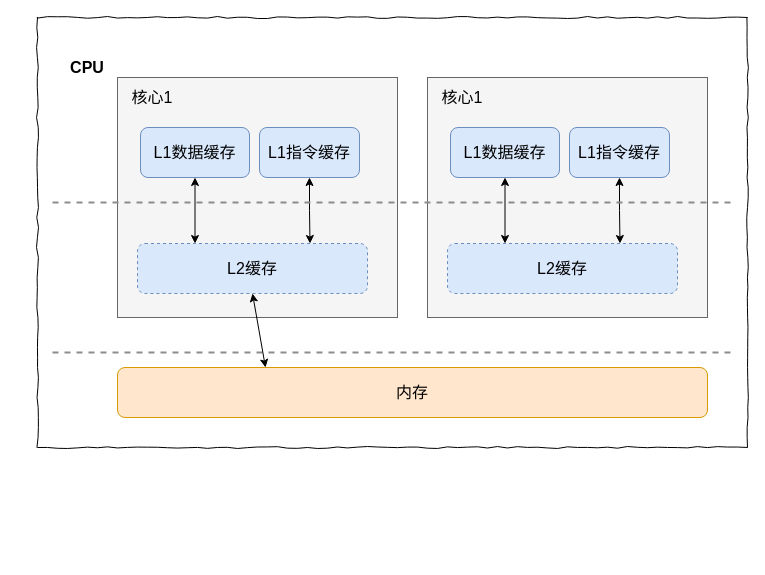
This is Untitled Diagram.drawio from ichengzi/ichengzi.github.io, a draw.io file, before an edit. Source tidied: cells renumbered, new cells numbered last; positions are measured from the earlier drawing's top-left corner, leaving out a move shared by most shapes. Both pictures are drawn from the tidied source at 100%, with x=0, y=0 at pixel (37, 17).
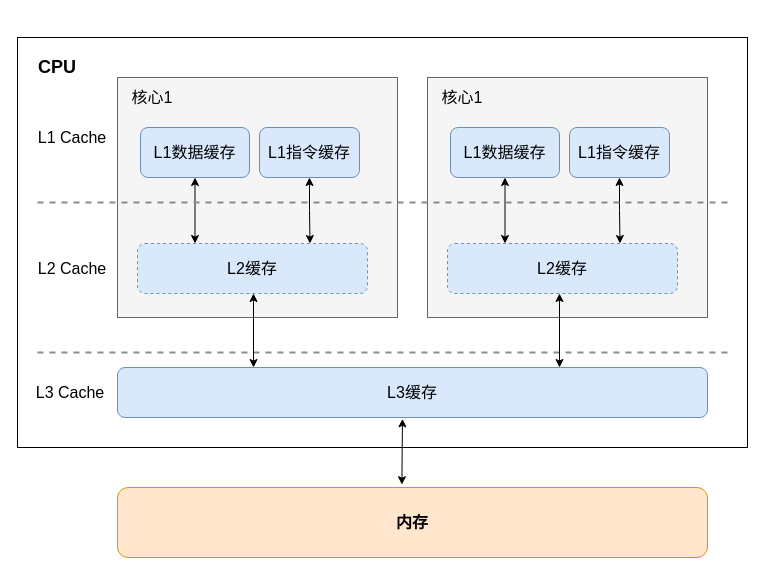
After the change.

Commit message:
CPU-缓存结构

The change refers to these unchanged cells:
```xml
<mxCell id="10" value="L2缓存" style="rounded=1;whiteSpace=wrap;html=1;dashed=1;strokeColor=#6c8ebf;fontSize=16;fillColor=#dae8fc;" parent="1" vertex="1">
  <mxGeometry x="100" y="226" width="230" height="50" as="geometry" />
</mxCell>
```

The edit, as a diff of the source:
```diff
@@
-    <mxCell id="2" style="rounded=0;whiteSpace=wrap;html=1;fontSize=16;comic=1;" parent="1" vertex="1">
-      <mxGeometry width="710" height="430" as="geometry" />
+    <mxCell id="2" style="rounded=0;whiteSpace=wrap;html=1;fontSize=16;comic=0;" parent="1" vertex="1">
+      <mxGeometry x="-20" y="20" width="730" height="410" as="geometry" />
     </mxCell>
-    <mxCell id="3" value="CPU" style="text;html=1;strokeColor=none;fillColor=none;align=center;verticalAlign=middle;whiteSpace=wrap;rounded=0;fontSize=16;fontStyle=1;" parent="1" vertex="1">
-      <mxGeometry x="30" y="40" width="40" height="20" as="geometry" />
+    <mxCell id="3" value="CPU" style="text;html=1;strokeColor=none;fillColor=none;align=center;verticalAlign=middle;whiteSpace=wrap;rounded=0;fontSize=18;fontStyle=1;" parent="1" vertex="1">
+      <mxGeometry y="40" width="40" height="20" as="geometry" />
     </mxCell>
@@
     <mxCell id="11" style="line;strokeWidth=2;html=1;fontSize=16;dashed=1;strokeColor=#8C8C8C;" parent="1" vertex="1">
-      <mxGeometry x="15" y="330" width="680" height="10" as="geometry" />
+      <mxGeometry y="330" width="695" height="10" as="geometry" />
     </mxCell>
@@
     <mxCell id="19" style="line;strokeWidth=2;html=1;fontSize=16;dashed=1;strokeColor=#8C8C8C;" parent="1" vertex="1">
-      <mxGeometry x="15" y="180" width="680" height="10" as="geometry" />
+      <mxGeometry y="180" width="695" height="10" as="geometry" />
     </mxCell>
-    <mxCell id="20" value="内存" style="rounded=1;whiteSpace=wrap;html=1;shadow=0;comic=0;strokeColor=#d79b00;fontSize=16;fillColor=#ffe6cc;" parent="1" vertex="1">
+    <mxCell id="20" value="L3缓存" style="rounded=1;whiteSpace=wrap;html=1;shadow=0;comic=0;strokeColor=#6c8ebf;fontSize=16;fillColor=#dae8fc;" parent="1" vertex="1">
       <mxGeometry x="80" y="350" width="590" height="50" as="geometry" />
     </mxCell>
-    <mxCell id="21" style="endArrow=classic;startArrow=classic;html=1;strokeColor=#000000;fontSize=16;entryX=0.5;entryY=1;entryDx=0;entryDy=0;" parent="1" edge="1" target="10">
+    <mxCell id="21" style="endArrow=classic;startArrow=classic;html=1;strokeColor=#000000;fontSize=16;entryX=0.5;entryY=1;entryDx=0;entryDy=0;" parent="1" edge="1">
       <mxGeometry relative="1" as="geometry">
-        <mxPoint x="228" y="350" as="sourcePoint" />
+        <mxPoint x="216" y="350" as="sourcePoint" />
+        <mxPoint x="216" y="276" as="targetPoint" />
       </mxGeometry>
     </mxCell>
+    <mxCell id="22" style="endArrow=classic;startArrow=classic;html=1;strokeColor=#000000;fontSize=16;entryX=0.5;entryY=1;entryDx=0;entryDy=0;" parent="1" edge="1">
+      <mxGeometry relative="1" as="geometry">
+        <mxPoint x="522" y="350" as="sourcePoint" />
+        <mxPoint x="522" y="276" as="targetPoint" />
+      </mxGeometry>
+    </mxCell>
+    <mxCell id="23" value="L1 Cache" style="text;html=1;strokeColor=none;fillColor=none;align=center;verticalAlign=middle;whiteSpace=wrap;rounded=0;shadow=0;comic=0;fontSize=16;" parent="1" vertex="1">
+      <mxGeometry x="-10" y="110" width="90" height="20" as="geometry" />
+    </mxCell>
+    <mxCell id="24" value="L2 Cache" style="text;html=1;strokeColor=none;fillColor=none;align=center;verticalAlign=middle;whiteSpace=wrap;rounded=0;shadow=0;comic=0;fontSize=16;" parent="1" vertex="1">
+      <mxGeometry x="-10" y="241" width="90" height="20" as="geometry" />
+    </mxCell>
+    <mxCell id="25" value="L3 Cache" style="text;html=1;strokeColor=none;fillColor=none;align=center;verticalAlign=middle;whiteSpace=wrap;rounded=0;shadow=0;comic=0;fontSize=16;" parent="1" vertex="1">
+      <mxGeometry x="-12" y="365" width="90" height="20" as="geometry" />
+    </mxCell>
+    <mxCell id="26" value="内存" style="rounded=1;whiteSpace=wrap;html=1;shadow=0;comic=0;strokeColor=#d79b00;fontSize=16;fillColor=#ffe6cc;fontStyle=1;" parent="1" vertex="1">
+      <mxGeometry x="80" y="470" width="590" height="70" as="geometry" />
+    </mxCell>
+    <mxCell id="27" style="endArrow=classic;startArrow=classic;html=1;strokeColor=#000000;fontSize=16;exitX=0.482;exitY=-0.04;exitDx=0;exitDy=0;exitPerimeter=0;entryX=0.483;entryY=1.027;entryDx=0;entryDy=0;entryPerimeter=0;" parent="1" edge="1" source="26" target="20">
+      <mxGeometry relative="1" as="geometry" />
+    </mxCell>
```
